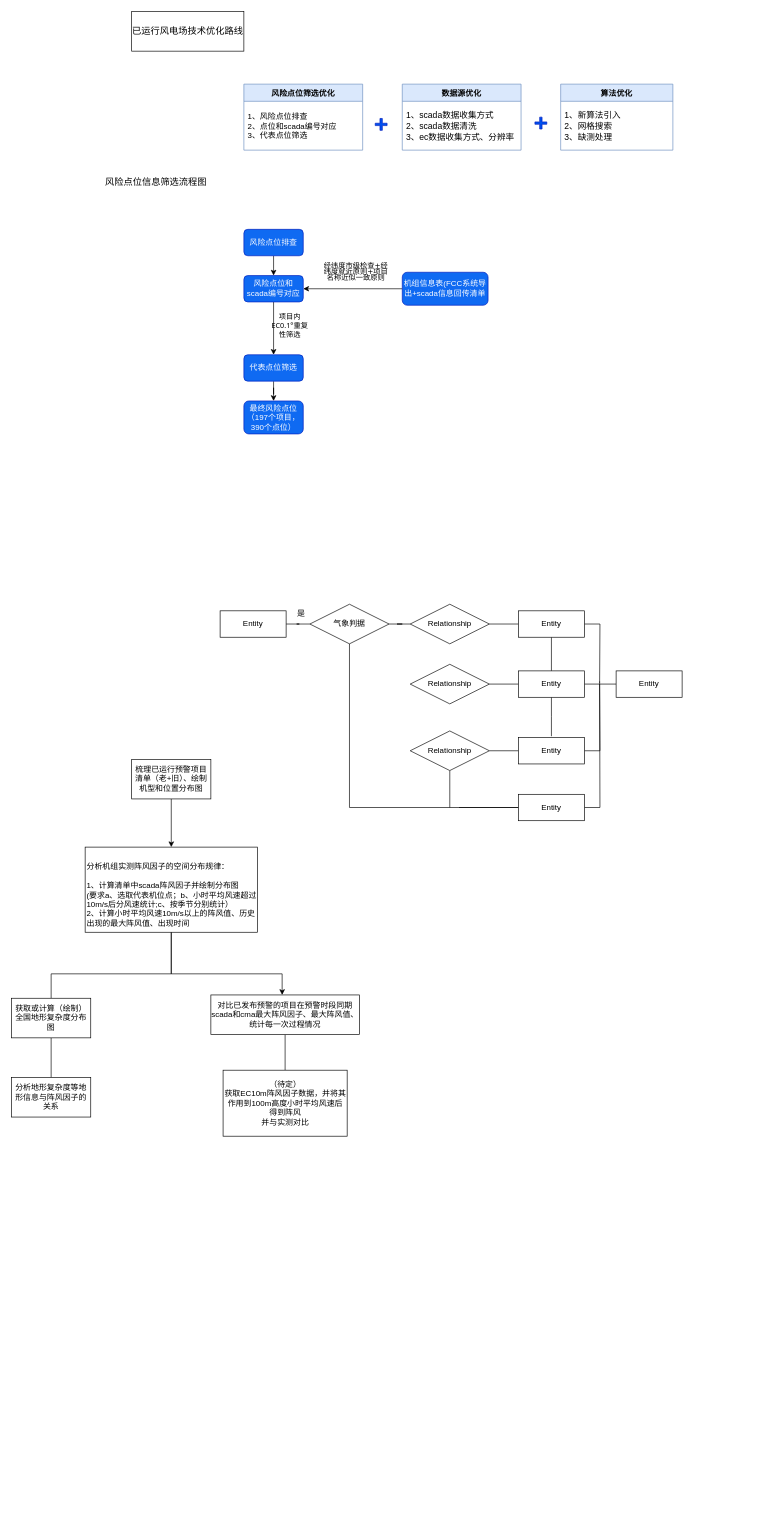
dingying1990/drawio keeps this draw.io diagram as a.drawio. Above is the earlier version. Source tidied: cells renumbered, new cells numbered last; positions are measured from the earlier drawing's top-left corner, leaving out a move shared by most shapes. Both pictures are drawn from the tidied source at 66%, with x=0, y=0 at pixel (11, 11).
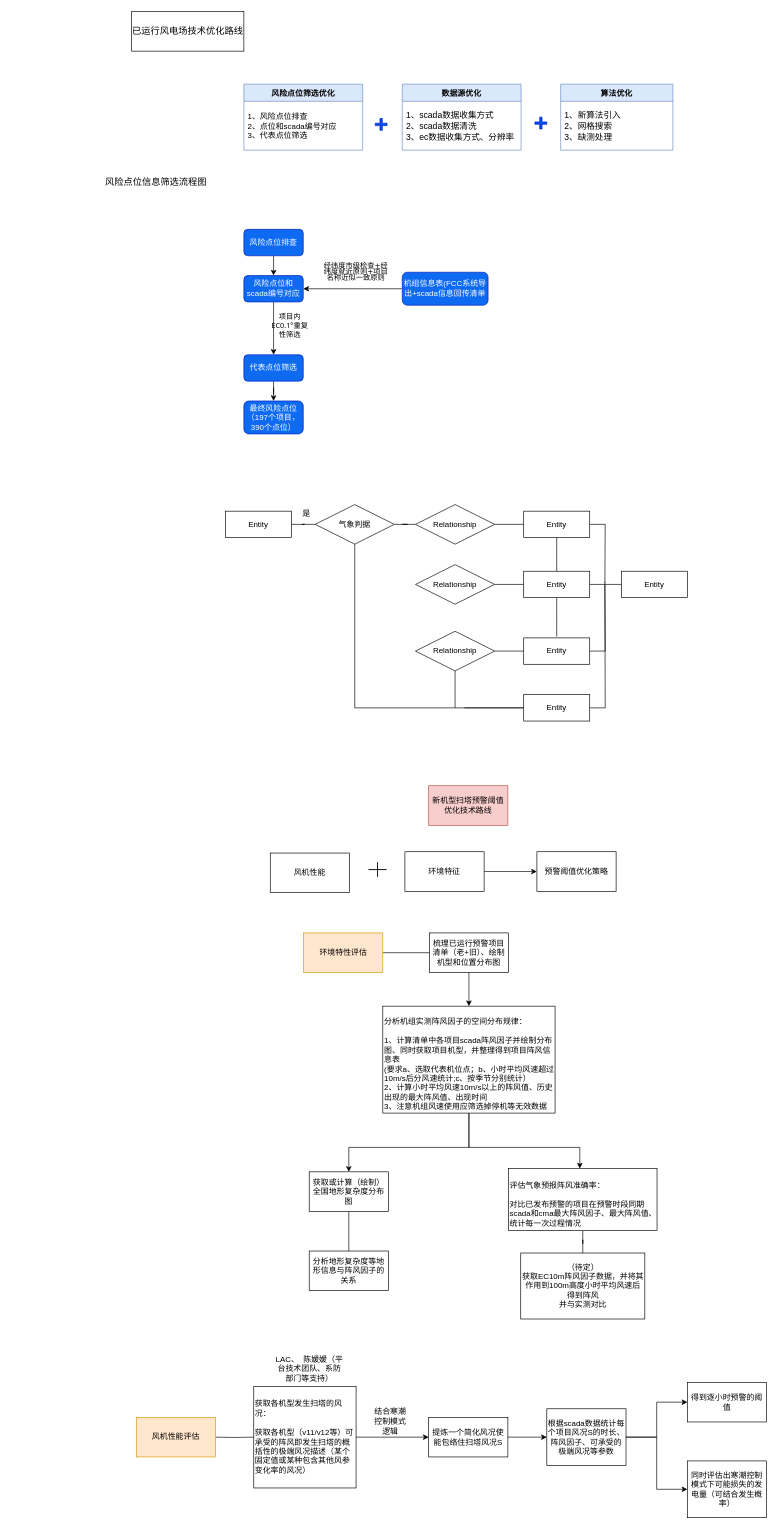
The same page after the edit.

Change to the diagram source:
```diff
@@
     <mxCell id="25" value="Entity" style="whiteSpace=wrap;html=1;align=center;" parent="1" vertex="1">
-      <mxGeometry x="316" y="908" width="100" height="40" as="geometry" />
+      <mxGeometry x="324" y="757" width="100" height="40" as="geometry" />
     </mxCell>
@@
     <mxCell id="27" value="气象判据" style="shape=rhombus;perimeter=rhombusPerimeter;whiteSpace=wrap;html=1;align=center;" parent="1" vertex="1">
-      <mxGeometry x="452" y="898" width="120" height="60" as="geometry" />
+      <mxGeometry x="460" y="747" width="120" height="60" as="geometry" />
     </mxCell>
@@
     <mxCell id="29" value="Relationship" style="shape=rhombus;perimeter=rhombusPerimeter;whiteSpace=wrap;html=1;align=center;" parent="1" vertex="1">
-      <mxGeometry x="604" y="898" width="120" height="60" as="geometry" />
+      <mxGeometry x="612" y="747" width="120" height="60" as="geometry" />
     </mxCell>
@@
     <mxCell id="31" value="Relationship" style="shape=rhombus;perimeter=rhombusPerimeter;whiteSpace=wrap;html=1;align=center;" parent="1" vertex="1">
-      <mxGeometry x="604" y="989" width="120" height="60" as="geometry" />
+      <mxGeometry x="612" y="838" width="120" height="60" as="geometry" />
     </mxCell>
@@
     <mxCell id="33" style="edgeStyle=orthogonalEdgeStyle;rounded=0;jettySize=auto;html=1;startArrow=none;startFill=0;endArrow=none;endFill=0;" parent="1" edge="1" source="34">
       <mxGeometry relative="1" as="geometry">
-        <mxPoint x="664" y="1206" as="targetPoint" />
+        <mxPoint x="672" y="1055" as="targetPoint" />
       </mxGeometry>
     </mxCell>
     <mxCell id="34" value="Relationship" style="shape=rhombus;perimeter=rhombusPerimeter;whiteSpace=wrap;html=1;align=center;" parent="1" vertex="1">
-      <mxGeometry x="604" y="1090" width="120" height="60" as="geometry" />
+      <mxGeometry x="612" y="939" width="120" height="60" as="geometry" />
     </mxCell>
@@
     <mxCell id="36" style="edgeStyle=orthogonalEdgeStyle;rounded=0;jettySize=auto;html=1;startArrow=none;startFill=0;endArrow=none;endFill=0;" parent="1" edge="1" source="37">
       <mxGeometry relative="1" as="geometry">
-        <mxPoint x="891" y="1017" as="targetPoint" />
+        <mxPoint x="899" y="866" as="targetPoint" />
       </mxGeometry>
     </mxCell>
     <mxCell id="37" value="Entity" style="whiteSpace=wrap;html=1;align=center;" parent="1" vertex="1">
-      <mxGeometry x="768" y="908" width="100" height="40" as="geometry" />
+      <mxGeometry x="776" y="757" width="100" height="40" as="geometry" />
     </mxCell>
     <mxCell id="38" style="edgeStyle=orthogonalEdgeStyle;rounded=0;jettySize=auto;html=1;exitX=0.5;exitY=1;exitDx=0;exitDy=0;endArrow=none;endFill=0;" parent="1" edge="1" source="40">
       <mxGeometry relative="1" as="geometry">
-        <mxPoint x="818" y="1098" as="targetPoint" />
+        <mxPoint x="826" y="947" as="targetPoint" />
       </mxGeometry>
     </mxCell>
@@
     <mxCell id="40" value="Entity" style="whiteSpace=wrap;html=1;align=center;" parent="1" vertex="1">
-      <mxGeometry x="768" y="999" width="100" height="40" as="geometry" />
+      <mxGeometry x="776" y="848" width="100" height="40" as="geometry" />
     </mxCell>
     <mxCell id="41" style="edgeStyle=orthogonalEdgeStyle;rounded=0;jettySize=auto;html=1;startArrow=none;startFill=0;endArrow=none;endFill=0;" parent="1" edge="1" source="42">
       <mxGeometry relative="1" as="geometry">
-        <mxPoint x="891" y="1019" as="targetPoint" />
+        <mxPoint x="899" y="868" as="targetPoint" />
       </mxGeometry>
     </mxCell>
     <mxCell id="42" value="Entity" style="whiteSpace=wrap;html=1;align=center;" parent="1" vertex="1">
-      <mxGeometry x="768" y="1100" width="100" height="40" as="geometry" />
+      <mxGeometry x="776" y="949" width="100" height="40" as="geometry" />
     </mxCell>
     <mxCell id="43" value="Entity" style="whiteSpace=wrap;html=1;align=center;" parent="1" vertex="1">
-      <mxGeometry x="916" y="999" width="100" height="40" as="geometry" />
+      <mxGeometry x="924" y="848" width="100" height="40" as="geometry" />
     </mxCell>
@@
     <mxCell id="45" style="edgeStyle=orthogonalEdgeStyle;rounded=0;jettySize=auto;html=1;startArrow=none;startFill=0;endArrow=none;endFill=0;" parent="1" edge="1" source="47">
       <mxGeometry relative="1" as="geometry">
-        <mxPoint x="678" y="1206" as="targetPoint" />
+        <mxPoint x="686" y="1055" as="targetPoint" />
       </mxGeometry>
     </mxCell>
     <mxCell id="46" style="edgeStyle=orthogonalEdgeStyle;rounded=0;jettySize=auto;html=1;startArrow=none;startFill=0;endArrow=none;endFill=0;" parent="1" edge="1" source="47">
       <mxGeometry relative="1" as="geometry">
-        <mxPoint x="891" y="1015" as="targetPoint" />
+        <mxPoint x="899" y="864" as="targetPoint" />
       </mxGeometry>
     </mxCell>
     <mxCell id="47" value="Entity" style="whiteSpace=wrap;html=1;align=center;" parent="1" vertex="1">
-      <mxGeometry x="768" y="1186" width="100" height="40" as="geometry" />
+      <mxGeometry x="776" y="1035" width="100" height="40" as="geometry" />
     </mxCell>
     <mxCell id="48" value="是" style="text;html=1;strokeColor=none;fillColor=none;align=center;verticalAlign=middle;whiteSpace=wrap;rounded=0;" parent="1" vertex="1">
-      <mxGeometry x="409" y="898" width="60" height="28" as="geometry" />
+      <mxGeometry x="417" y="747" width="60" height="28" as="geometry" />
     </mxCell>
-    <mxCell id="49" style="edgeStyle=orthogonalEdgeStyle;rounded=0;jettySize=auto;html=1;startArrow=none;startFill=0;endArrow=none;endFill=0;" parent="1" edge="1" source="50" target="58">
+    <mxCell id="49" style="edgeStyle=orthogonalEdgeStyle;rounded=0;jettySize=auto;html=1;startArrow=none;startFill=0;endArrow=classic;endFill=1;" parent="1" edge="1" source="50" target="58">
       <mxGeometry relative="1" as="geometry">
         <Array as="points">
-          <mxPoint x="242" y="1458" />
-          <mxPoint x="60" y="1458" />
+          <mxPoint x="693" y="1721" />
+          <mxPoint x="511" y="1721" />
         </Array>
       </mxGeometry>
     </mxCell>
-    <mxCell id="50" value="&lt;br&gt;分析机组实测阵风因子的空间分布规律：&lt;br&gt;&lt;br&gt;1、计算清单中scada阵风因子并绘制分布图&lt;br&gt;(要求a、选取代表机位点；b、小时平均风速超过10m/s后分风速统计;c、按季节分别统计）&lt;br&gt;2、计算小时平均风速10m/s以上的阵风值、历史出现的最大阵风值、出现时间" style="rounded=0;whiteSpace=wrap;html=1;align=left;" parent="1" vertex="1">
-      <mxGeometry x="111.5" y="1266" width="261" height="129" as="geometry" />
+    <mxCell id="50" value="&lt;br&gt;分析机组实测阵风因子的空间分布规律：&lt;br&gt;&lt;br&gt;1、计算清单中各项目scada阵风因子并绘制分布图、同时获取项目机型，并整理得到项目阵风信息表&lt;br&gt;(要求a、选取代表机位点；b、小时平均风速超过10m/s后分风速统计;c、按季节分别统计）&lt;br&gt;2、计算小时平均风速10m/s以上的阵风值、历史出现的最大阵风值、出现时间&lt;br&gt;3、注意机组风速使用应筛选掉停机等无效数据" style="rounded=0;whiteSpace=wrap;html=1;align=left;" parent="1" vertex="1">
+      <mxGeometry x="562.5" y="1507" width="261" height="162" as="geometry" />
     </mxCell>
@@
+    <mxCell id="60" style="edgeStyle=orthogonalEdgeStyle;rounded=0;jettySize=auto;html=1;startArrow=none;startFill=0;endArrow=none;endFill=0;" parent="1" edge="1" source="52" target="73">
+      <mxGeometry relative="1" as="geometry" />
+    </mxCell>
     <mxCell id="52" value="梳理已运行预警项目清单（老+旧）、绘制机型和位置分布图" style="rounded=0;whiteSpace=wrap;html=1;" parent="1" vertex="1">
-      <mxGeometry x="182" y="1133" width="120" height="60" as="geometry" />
+      <mxGeometry x="633" y="1396" width="120" height="60" as="geometry" />
     </mxCell>
     <mxCell id="53" style="edgeStyle=orthogonalEdgeStyle;rounded=0;jettySize=auto;html=1;startArrow=classic;startFill=1;endArrow=none;endFill=0;" parent="1" edge="1" source="55" target="50">
       <mxGeometry relative="1" as="geometry">
         <Array as="points">
-          <mxPoint x="410" y="1458" />
-          <mxPoint x="242" y="1458" />
+          <mxPoint x="861" y="1721" />
+          <mxPoint x="693" y="1721" />
         </Array>
       </mxGeometry>
     </mxCell>
@@
-    <mxCell id="55" value="对比已发布预警的项目在预警时段同期scada和cma最大阵风因子、最大阵风值、统计每一次过程情况" style="rounded=0;whiteSpace=wrap;html=1;" parent="1" vertex="1">
-      <mxGeometry x="302" y="1490" width="225" height="60" as="geometry" />
+    <mxCell id="55" value="&lt;br&gt;&lt;div style=&quot;&quot;&gt;&lt;span style=&quot;background-color: initial;&quot;&gt;评估气象预报阵风准确率：&lt;/span&gt;&lt;/div&gt;&lt;br&gt;对比已发布预警的项目在预警时段同期scada和cma最大阵风因子、最大阵风值、统计每一次过程情况" style="rounded=0;whiteSpace=wrap;html=1;align=left;" parent="1" vertex="1">
+      <mxGeometry x="753" y="1753" width="225" height="94" as="geometry" />
     </mxCell>
     <mxCell id="56" value="（待定）&lt;br&gt;获取EC10m阵风因子数据，并将其作用到100m高度小时平均风速后得到阵风&lt;br&gt;并与实测对比" style="rounded=0;whiteSpace=wrap;html=1;" parent="1" vertex="1">
-      <mxGeometry x="320.5" y="1604" width="188" height="100" as="geometry" />
+      <mxGeometry x="771.5" y="1881" width="188" height="100" as="geometry" />
     </mxCell>
@@
     <mxCell id="58" value="获取或计算（绘制）全国地形复杂度分布图" style="rounded=0;whiteSpace=wrap;html=1;" parent="1" vertex="1">
-      <mxGeometry y="1495" width="120" height="60" as="geometry" />
+      <mxGeometry x="451" y="1758" width="120" height="60" as="geometry" />
     </mxCell>
     <mxCell id="59" value="分析地形复杂度等地形信息与阵风因子的关系" style="rounded=0;whiteSpace=wrap;html=1;" parent="1" vertex="1">
-      <mxGeometry y="1615" width="120" height="60" as="geometry" />
+      <mxGeometry x="451" y="1878" width="120" height="60" as="geometry" />
     </mxCell>
+    <mxCell id="61" style="edgeStyle=orthogonalEdgeStyle;rounded=0;jettySize=auto;html=1;startArrow=none;startFill=0;endArrow=classic;endFill=1;" parent="1" edge="1" source="62" target="69">
+      <mxGeometry relative="1" as="geometry" />
+    </mxCell>
+    <mxCell id="62" value="&lt;span style=&quot;background-color: initial;&quot;&gt;获取各机型发生扫塔的风况：&lt;/span&gt;&lt;br&gt;&lt;br&gt;获取各机型（v11/v12等）可承受的阵风即发生扫塔的概括性的极端风况描述（某个固定值或某种包含其他风参变化率的风况）" style="rounded=0;whiteSpace=wrap;html=1;align=left;" parent="1" vertex="1">
+      <mxGeometry x="367" y="2083" width="155" height="154" as="geometry" />
+    </mxCell>
+    <mxCell id="63" style="edgeStyle=orthogonalEdgeStyle;rounded=0;jettySize=auto;html=1;startArrow=none;startFill=0;endArrow=none;endFill=0;" parent="1" edge="1" target="62">
+      <mxGeometry relative="1" as="geometry">
+        <mxPoint x="309" y="2160" as="sourcePoint" />
+      </mxGeometry>
+    </mxCell>
+    <mxCell id="64" style="edgeStyle=orthogonalEdgeStyle;rounded=0;jettySize=auto;html=1;startArrow=none;startFill=0;endArrow=classic;endFill=1;" parent="1" edge="1" source="66" target="70">
+      <mxGeometry relative="1" as="geometry" />
+    </mxCell>
+    <mxCell id="65" style="edgeStyle=orthogonalEdgeStyle;rounded=0;jettySize=auto;html=1;startArrow=none;startFill=0;endArrow=classic;endFill=1;" parent="1" edge="1" source="66" target="71">
+      <mxGeometry relative="1" as="geometry" />
+    </mxCell>
+    <mxCell id="66" value="根据scada数据统计每个项目风况S的时长、阵风因子、可承受的极端风况等参数" style="rounded=0;whiteSpace=wrap;html=1;" parent="1" vertex="1">
+      <mxGeometry x="811" y="2117" width="120" height="86" as="geometry" />
+    </mxCell>
+    <mxCell id="67" value="LAC、&amp;nbsp; 陈媛媛（平台技术团队、系防部门等支持）" style="text;html=1;strokeColor=none;fillColor=none;align=center;verticalAlign=middle;whiteSpace=wrap;rounded=0;" parent="1" vertex="1">
+      <mxGeometry x="398" y="2042" width="107" height="30" as="geometry" />
+    </mxCell>
+    <mxCell id="68" style="edgeStyle=orthogonalEdgeStyle;rounded=0;jettySize=auto;html=1;startArrow=none;startFill=0;endArrow=classic;endFill=1;" parent="1" edge="1" source="69" target="66">
+      <mxGeometry relative="1" as="geometry" />
+    </mxCell>
+    <mxCell id="69" value="提炼一个简化风况使能包络住扫塔风况S" style="rounded=0;whiteSpace=wrap;html=1;" parent="1" vertex="1">
+      <mxGeometry x="632" y="2130" width="120" height="60" as="geometry" />
+    </mxCell>
+    <mxCell id="70" value="得到逐小时预警的阈值" style="whiteSpace=wrap;html=1;rounded=0;" parent="1" vertex="1">
+      <mxGeometry x="1024" y="2077" width="120" height="60" as="geometry" />
+    </mxCell>
+    <mxCell id="71" value="同时评估出寒潮控制模式下可能损失的发电量（可结合发生概率）" style="rounded=0;whiteSpace=wrap;html=1;" parent="1" vertex="1">
+      <mxGeometry x="1024" y="2196" width="120" height="86" as="geometry" />
+    </mxCell>
+    <mxCell id="72" value="结合寒潮控制模式逻辑" style="text;html=1;strokeColor=none;fillColor=none;align=center;verticalAlign=middle;whiteSpace=wrap;rounded=0;" parent="1" vertex="1">
+      <mxGeometry x="544" y="2121" width="60" height="30" as="geometry" />
+    </mxCell>
+    <mxCell id="73" value="环境特性评估" style="rounded=0;whiteSpace=wrap;html=1;fillColor=#ffe6cc;strokeColor=#d79b00;" parent="1" vertex="1">
+      <mxGeometry x="442.5" y="1396" width="120" height="60" as="geometry" />
+    </mxCell>
+    <mxCell id="74" value="新机型扫塔预警阈值优化技术路线" style="rounded=0;whiteSpace=wrap;html=1;fillColor=#f8cecc;strokeColor=#b85450;" parent="1" vertex="1">
+      <mxGeometry x="632" y="1173" width="120" height="60" as="geometry" />
+    </mxCell>
+    <mxCell id="75" value="风机性能评估" style="rounded=0;whiteSpace=wrap;html=1;fillColor=#ffe6cc;strokeColor=#d79b00;" parent="1" vertex="1">
+      <mxGeometry x="189" y="2130" width="120" height="60" as="geometry" />
+    </mxCell>
+    <mxCell id="76" value="风机性能" style="rounded=0;whiteSpace=wrap;html=1;" parent="1" vertex="1">
+      <mxGeometry x="392" y="1275" width="120" height="60" as="geometry" />
+    </mxCell>
+    <mxCell id="77" style="edgeStyle=orthogonalEdgeStyle;rounded=0;jettySize=auto;html=1;startArrow=none;startFill=0;endArrow=classic;endFill=1;" parent="1" edge="1" source="78" target="80">
+      <mxGeometry relative="1" as="geometry" />
+    </mxCell>
+    <mxCell id="78" value="环境特征" style="rounded=0;whiteSpace=wrap;html=1;" parent="1" vertex="1">
+      <mxGeometry x="596" y="1273" width="120" height="60" as="geometry" />
+    </mxCell>
+    <mxCell id="79" style="shape=cross;whiteSpace=wrap;html=1;size=0;" parent="1" vertex="1">
+      <mxGeometry x="541" y="1289" width="27" height="22" as="geometry" />
+    </mxCell>
+    <mxCell id="80" value="预警阈值优化策略" style="rounded=0;whiteSpace=wrap;html=1;" parent="1" vertex="1">
+      <mxGeometry x="796" y="1273" width="120" height="60" as="geometry" />
+    </mxCell>
```
